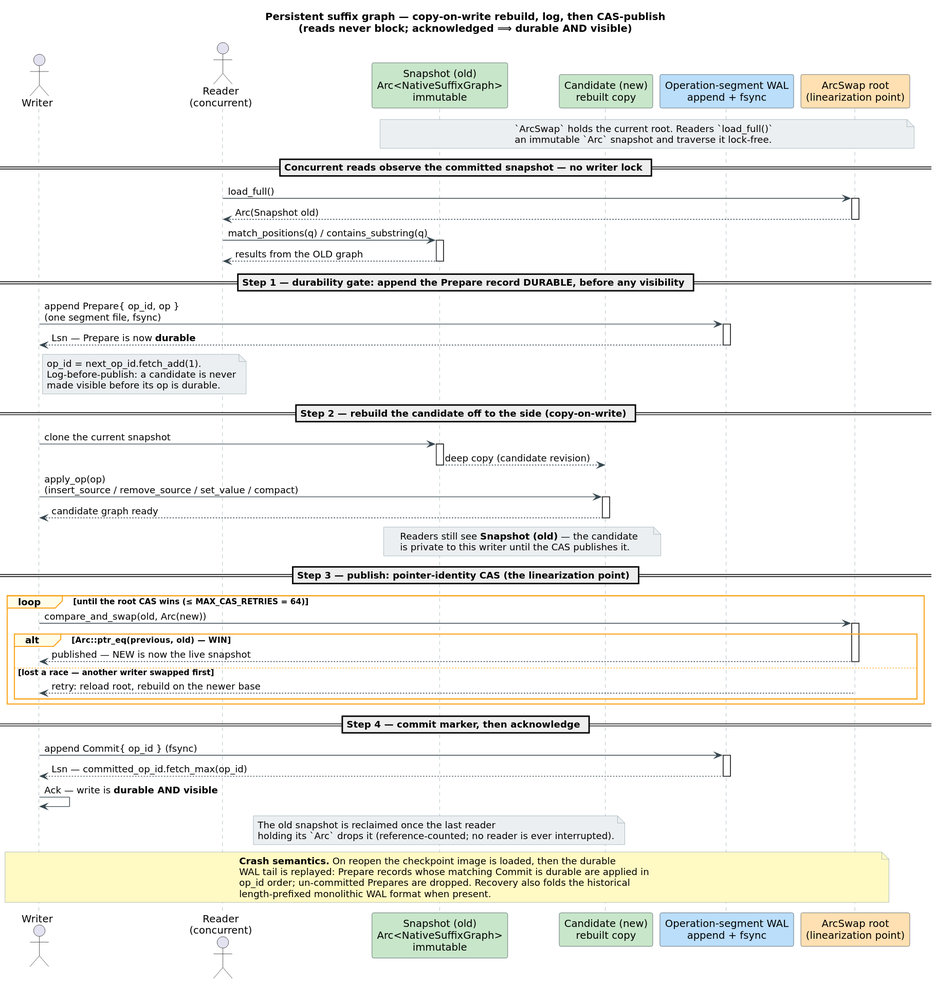
Earlier version of the PlantUML export docs/diagrams/suffix-graph-publish.svg (vinary-tree/libdictenstein). Its source is kept beside it as docs/diagrams/src/suffix-graph-publish.puml.
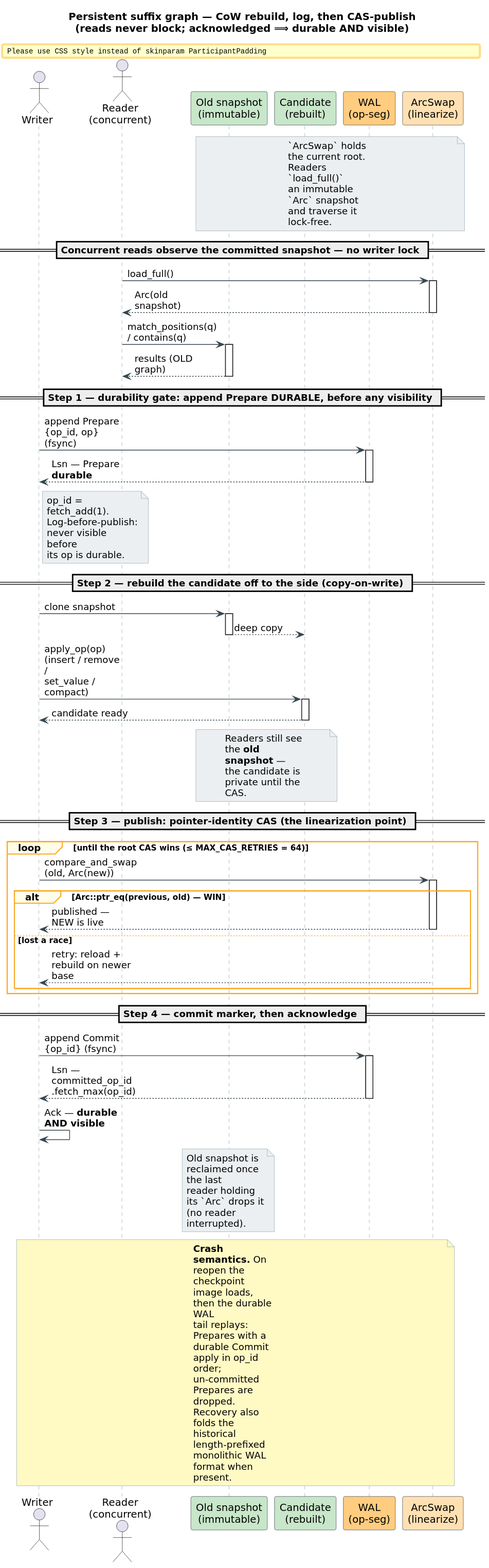
Above is the later version.

The edit, as a diff of the source:
```diff
@@ -1,6 +1,9 @@
 @startuml suffix-graph-publish
 skinparam backgroundColor #FFFFFF
 skinparam defaultFontName "DejaVu Sans"
+skinparam wrapWidth 110
+skinparam maxMessageSize 100
+skinparam ParticipantPadding 2
 skinparam shadowing false
 skinparam sequenceArrowColor #37474F
 skinparam sequenceLifeLineBorderColor #90A4AE
@@ -10,65 +13,65 @@
 skinparam noteBorderColor #90A4AE
 skinparam participantBorderColor #37474F
 
-title Persistent suffix graph — copy-on-write rebuild, log, then CAS-publish\n(reads never block; acknowledged ⟹ durable AND visible)
+title Persistent suffix graph — CoW rebuild, log, then CAS-publish\n(reads never block; acknowledged ⟹ durable AND visible)
 
 actor "Writer" as WR
 actor "Reader\n(concurrent)" as RD
-participant "Snapshot (old)\nArc<NativeSuffixGraph>\nimmutable" as OLD #C8E6C9
-participant "Candidate (new)\nrebuilt copy" as NEW #C8E6C9
-participant "Operation-segment WAL\nappend + fsync" as WAL #BBDEFB
-participant "ArcSwap root\n(linearization point)" as ROOT #FFE0B2
+participant "Old snapshot\n(immutable)" as OLD #C8E6C9
+participant "Candidate\n(rebuilt)" as NEW #C8E6C9
+participant "WAL\n(op-seg)" as WAL #FFCC80
+participant "ArcSwap\n(linearize)" as ROOT #FFE0B2
 
 note over OLD, ROOT #ECEFF1 : `ArcSwap` holds the current root. Readers `load_full()`\nan immutable `Arc` snapshot and traverse it lock-free.
 
 == Concurrent reads observe the committed snapshot — no writer lock ==
 RD -> ROOT : load_full()
 activate ROOT
-ROOT --> RD : Arc(Snapshot old)
+ROOT --> RD : Arc(old snapshot)
 deactivate ROOT
-RD -> OLD : match_positions(q) / contains_substring(q)
+RD -> OLD : match_positions(q)\n/ contains(q)
 activate OLD
-OLD --> RD : results from the OLD graph
+OLD --> RD : results (OLD graph)
 deactivate OLD
 
-== Step 1 — durability gate: append the Prepare record DURABLE, before any visibility ==
-WR -> WAL : append Prepare{ op_id, op }\n(one segment file, fsync)
+== Step 1 — durability gate: append Prepare DURABLE, before any visibility ==
+WR -> WAL : append Prepare\n{op_id, op} (fsync)
 activate WAL
-WAL --> WR : Lsn — Prepare is now **durable**
+WAL --> WR : Lsn — Prepare **durable**
 deactivate WAL
-note right of WR #ECEFF1 : op_id = next_op_id.fetch_add(1).\nLog-before-publish: a candidate is never\nmade visible before its op is durable.
+note right of WR #ECEFF1 : op_id = fetch_add(1).\nLog-before-publish:\nnever visible before\nits op is durable.
 
 == Step 2 — rebuild the candidate off to the side (copy-on-write) ==
-WR -> OLD : clone the current snapshot
+WR -> OLD : clone snapshot
 activate OLD
-OLD --> NEW : deep copy (candidate revision)
+OLD --> NEW : deep copy
 deactivate OLD
-WR -> NEW : apply_op(op)\n(insert_source / remove_source / set_value / compact)
+WR -> NEW : apply_op(op)\n(insert / remove /\nset_value / compact)
 activate NEW
-NEW --> WR : candidate graph ready
+NEW --> WR : candidate ready
 deactivate NEW
-note over OLD, NEW #ECEFF1 : Readers still see **Snapshot (old)** — the candidate\nis private to this writer until the CAS publishes it.
+note over OLD, NEW #ECEFF1 : Readers still see the **old snapshot** —\nthe candidate is private until the CAS.
 
 == Step 3 — publish: pointer-identity CAS (the linearization point) ==
 loop until the root CAS wins (≤ MAX_CAS_RETRIES = 64)
-  WR -> ROOT : compare_and_swap(old, Arc(new))
+  WR -> ROOT : compare_and_swap\n(old, Arc(new))
   activate ROOT
-  alt Arc::ptr_eq(previous, old)  —  WIN
-    ROOT --> WR : published — NEW is now the live snapshot
+  alt Arc::ptr_eq(previous, old) — WIN
+    ROOT --> WR : published — NEW is live
     deactivate ROOT
-  else lost a race — another writer swapped first
-    ROOT --> WR : retry: reload root, rebuild on the newer base
+  else lost a race
+    ROOT --> WR : retry: reload +\nrebuild on newer base
   end
 end
 
 == Step 4 — commit marker, then acknowledge ==
-WR -> WAL : append Commit{ op_id } (fsync)
+WR -> WAL : append Commit\n{op_id} (fsync)
 activate WAL
-WAL --> WR : Lsn — committed_op_id.fetch_max(op_id)
+WAL --> WR : Lsn — committed_op_id\n.fetch_max(op_id)
 deactivate WAL
-WR -> WR : Ack — write is **durable AND visible**
+WR -> WR : Ack — **durable AND visible**
 
-note over OLD #ECEFF1 : The old snapshot is reclaimed once the last reader\nholding its `Arc` drops it (reference-counted; no reader is ever interrupted).
+note over OLD #ECEFF1 : Old snapshot is reclaimed once the last\nreader holding its `Arc` drops it (no reader interrupted).
 
-note across #FFF9C4 : **Crash semantics.** On reopen the checkpoint image is loaded, then the durable\nWAL tail is replayed: Prepare records whose matching Commit is durable are applied in\nop_id order; un-committed Prepares are dropped. Recovery also folds the historical\nlength-prefixed monolithic WAL format when present.
+note across #FFF9C4 : **Crash semantics.** On reopen the checkpoint image loads, then the durable WAL\ntail replays: Prepares with a durable Commit apply in op_id order; un-committed Prepares are\ndropped. Recovery also folds the historical length-prefixed monolithic WAL format when present.
 @enduml
```
